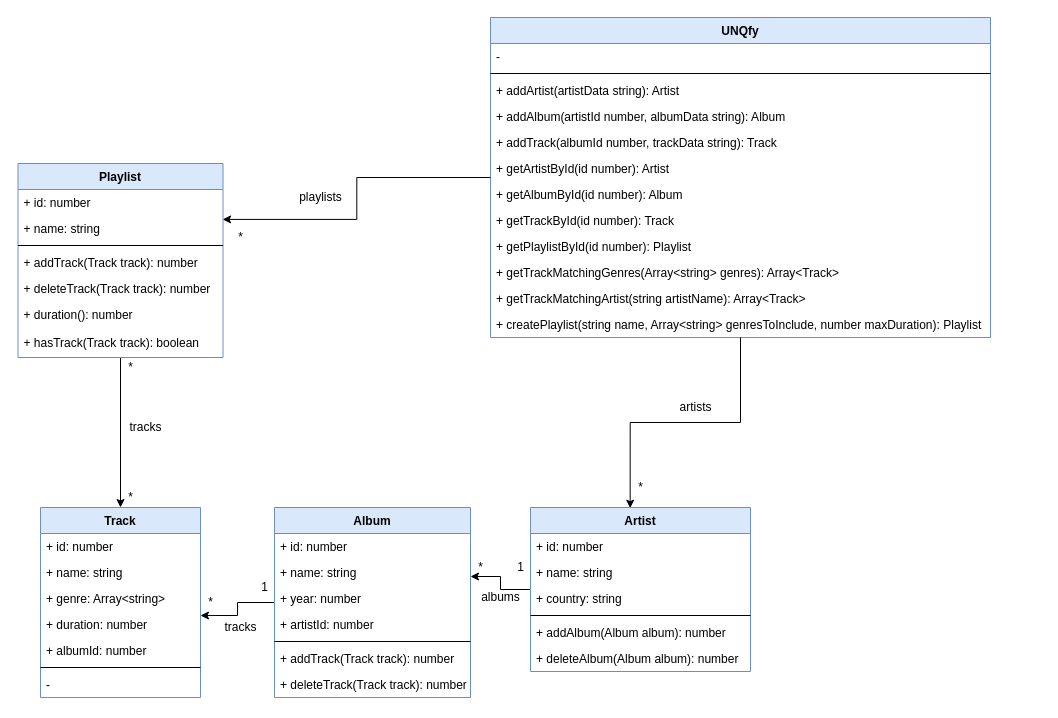
Before: doc/UML-UNQfy.drawio in Ger1211/UNQfy, a draw.io diagram. Source tidied: cells renumbered, new cells numbered last; positions are measured from the earlier drawing's top-left corner, leaving out a move shared by most shapes. Both pictures are drawn from the tidied source at 100%, with x=0, y=0 at pixel (18, 17).
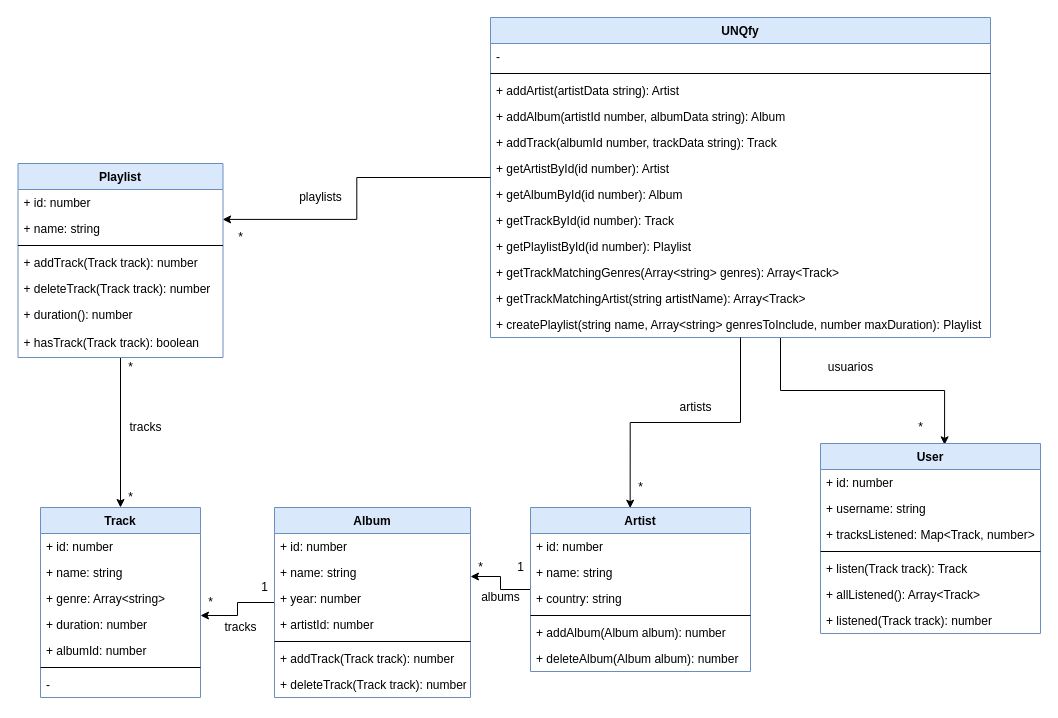
The same diagram, later.

Commit message (it also covers changes not shown here):
Cambio implementacion de main para comandos por consola.

Unchanged cells that the change refers to:
```xml
<mxCell id="27" value="UNQfy" style="swimlane;fontStyle=1;align=center;verticalAlign=top;horizontal=1;startSize=26;fillColor=#dae8fc;strokeColor=#6c8ebf;" parent="1" vertex="1">
  <mxGeometry x="472" width="500" height="320" as="geometry" />
</mxCell>
```

The edit, as a diff of the source:
```diff
@@
+    <mxCell id="64" style="edgeStyle=orthogonalEdgeStyle;rounded=0;jettySize=auto;html=1;entryX=0.564;entryY=0.007;entryDx=0;entryDy=0;entryPerimeter=0;" parent="1" edge="1" source="27" target="65">
+      <mxGeometry relative="1" as="geometry">
+        <Array as="points">
+          <mxPoint x="762" y="373" />
+          <mxPoint x="926" y="373" />
+        </Array>
+      </mxGeometry>
+    </mxCell>
@@
+    <mxCell id="65" value="User" style="swimlane;fontStyle=1;align=center;verticalAlign=top;horizontal=1;startSize=26;fillColor=#dae8fc;strokeColor=#6c8ebf;" parent="1" vertex="1">
+      <mxGeometry x="802" y="426" width="220" height="190" as="geometry" />
+    </mxCell>
+    <mxCell id="66" value="+ id: number" style="text;strokeColor=none;fillColor=none;align=left;verticalAlign=top;spacingLeft=4;spacingRight=4;overflow=hidden;" parent="65" vertex="1">
+      <mxGeometry y="26" width="220" height="26" as="geometry" />
+    </mxCell>
+    <mxCell id="67" value="+ username: string" style="text;strokeColor=none;fillColor=none;align=left;verticalAlign=top;spacingLeft=4;spacingRight=4;overflow=hidden;" parent="65" vertex="1">
+      <mxGeometry y="52" width="220" height="26" as="geometry" />
+    </mxCell>
+    <mxCell id="68" value="+ tracksListened: Map&lt;Track, number&gt;" style="text;strokeColor=none;fillColor=none;align=left;verticalAlign=top;spacingLeft=4;spacingRight=4;overflow=hidden;" parent="65" vertex="1">
+      <mxGeometry y="78" width="220" height="26" as="geometry" />
+    </mxCell>
+    <mxCell id="69" style="line;strokeWidth=1;fillColor=none;align=left;verticalAlign=middle;spacingTop=-1;spacingLeft=3;spacingRight=3;labelPosition=right;" parent="65" vertex="1">
+      <mxGeometry y="104" width="220" height="8" as="geometry" />
+    </mxCell>
+    <mxCell id="70" value="+ listen(Track track): Track" style="text;strokeColor=none;fillColor=none;align=left;verticalAlign=top;spacingLeft=4;spacingRight=4;overflow=hidden;" parent="65" vertex="1">
+      <mxGeometry y="112" width="220" height="26" as="geometry" />
+    </mxCell>
+    <mxCell id="71" value="+ allListened(): Array&lt;Track&gt;" style="text;strokeColor=none;fillColor=none;align=left;verticalAlign=top;spacingLeft=4;spacingRight=4;overflow=hidden;" parent="65" vertex="1">
+      <mxGeometry y="138" width="220" height="26" as="geometry" />
+    </mxCell>
+    <mxCell id="72" value="+ listened(Track track): number" style="text;strokeColor=none;fillColor=none;align=left;verticalAlign=top;spacingLeft=4;spacingRight=4;overflow=hidden;" parent="65" vertex="1">
+      <mxGeometry y="164" width="220" height="26" as="geometry" />
+    </mxCell>
+    <mxCell id="73" value="usuarios" style="text;html=1;align=center;verticalAlign=middle;" parent="1" vertex="1">
+      <mxGeometry x="802" y="340" width="60" height="20" as="geometry" />
+    </mxCell>
+    <mxCell id="74" value="*" style="text;html=1;align=center;verticalAlign=middle;" parent="1" vertex="1">
+      <mxGeometry x="892" y="400" width="20" height="20" as="geometry" />
+    </mxCell>
```
